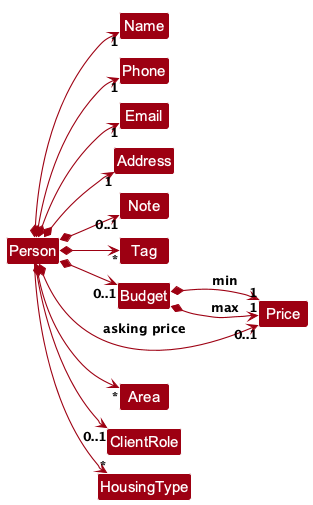
Above: docs/images/PersonClassDiagram.png in AY2627S1-CS2103T-W09-3/tp (PlantUML), before the change.
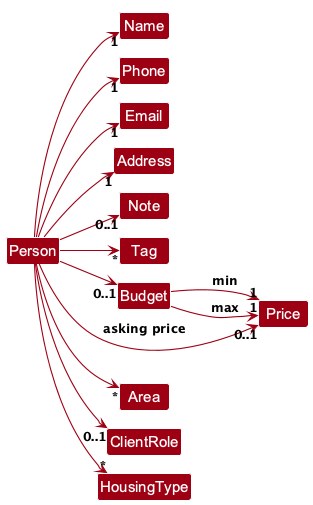
After the commit.

Commit message:
Correct developer guide UML relationships

The edit, as a diff of the source:
```diff
@@ -20,17 +20,17 @@
 enum ClientRole
 enum HousingType
 
-Person *--> "1" Name
-Person *--> "1" Phone
-Person *--> "1" Email
-Person *--> "1" Address
-Person *--> "0..1" Note
-Person *--> "*" Tag
-Person *--> "0..1" Budget
-Person *--> "0..1" Price : asking price
-Person *--> "*" Area
+Person --> "1" Name
+Person --> "1" Phone
+Person --> "1" Email
+Person --> "1" Address
+Person --> "0..1" Note
+Person --> "*" Tag
+Person --> "0..1" Budget
+Person --> "0..1" Price : asking price
+Person --> "*" Area
 Person --> "*" HousingType
 Person --> "0..1" ClientRole
-Budget *--> "1" Price : min
-Budget *--> "1" Price : max
+Budget --> "1" Price : min
+Budget --> "1" Price : max
 @enduml
```
